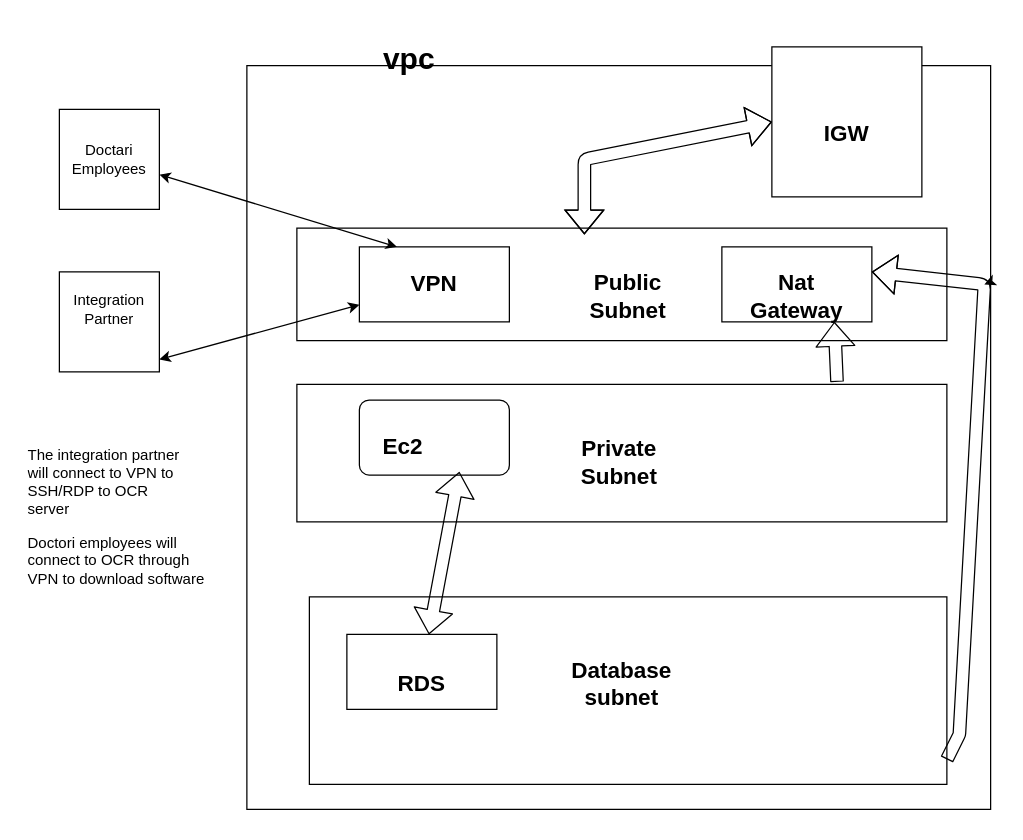
Before: .drawio in sravyasaranyathirumuru/terraform-aws-vpc, a draw.io diagram. Source tidied: cells renumbered, new cells numbered last; positions are measured from the earlier drawing's top-left corner, leaving out a move shared by most shapes. Both pictures are drawn from the tidied source at 125%, with x=0, y=0 at pixel (21, 46).
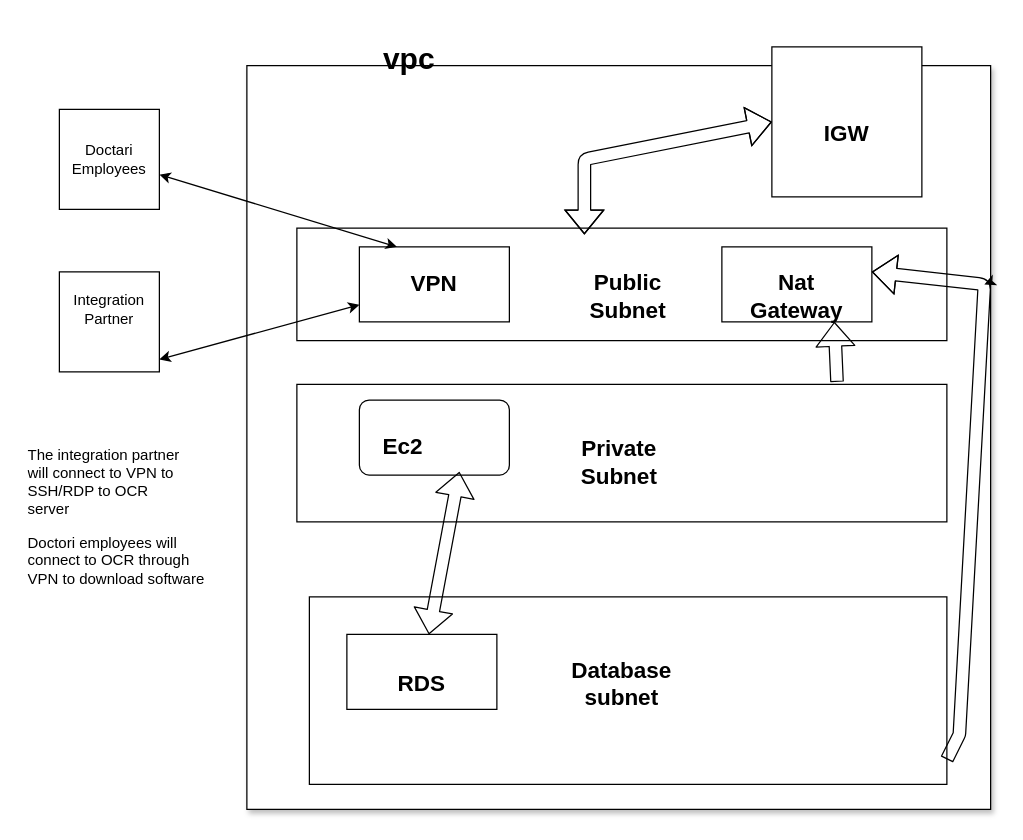
Above is the later version.

Change to the diagram source:
```diff
@@
-    <mxCell id="2" style="whiteSpace=wrap;html=1;" parent="1" vertex="1">
+    <mxCell id="2" style="whiteSpace=wrap;html=1;shadow=1;" parent="1" vertex="1">
       <mxGeometry x="180" y="15" width="595" height="595" as="geometry" />
     </mxCell>
```
